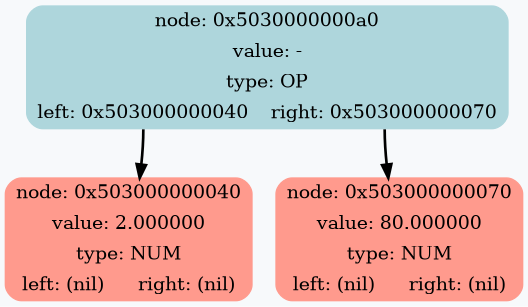
Earlier version of the Graphviz export DiffDump.png (RTCupid/Differentiator). Its source is kept beside it as DiffDump.dot.
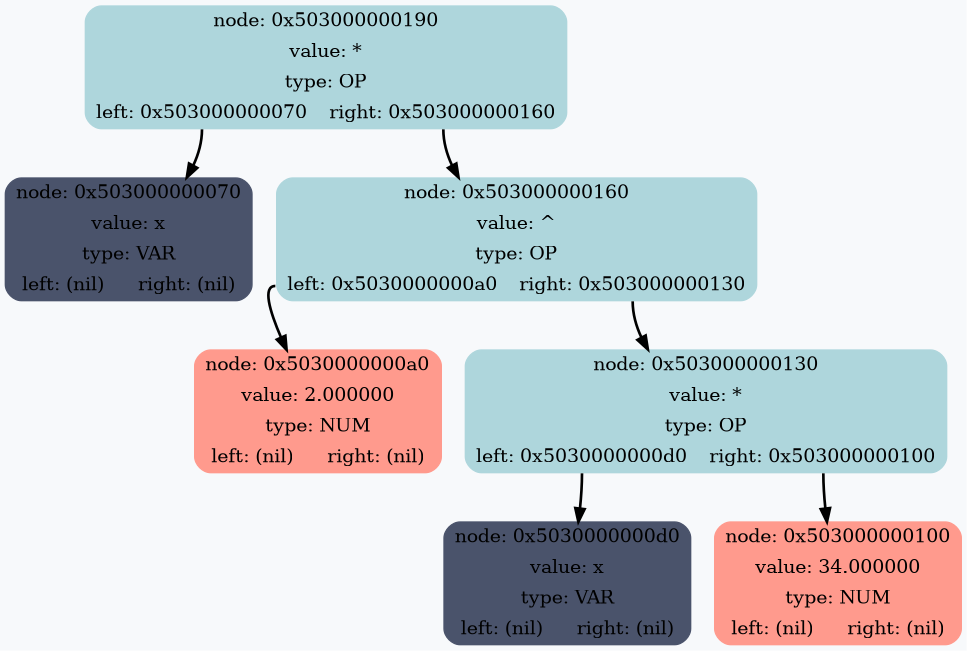
The same diagram one commit later.

What changed in the source:
```diff
@@ -1,9 +1,17 @@
 digraph G {
 	rankdir = HR;
 	bgcolor="#F7F9FB"
-	 node0x5030000000a0 [shape=Mrecord; style=filled; color="#aed6dc"; label =  "{node: 0x5030000000a0 | value: - | type: OP | {<left>left: 0x503000000040 | <right>right: 0x503000000070}  }" ];
-	 node0x5030000000a0:<left> -> node0x503000000040 [style=bold; weight=1000; ];
-	 node0x5030000000a0:<right> -> node0x503000000070 [style=bold; weight=1000; ];
-	 node0x503000000040 [shape=Mrecord; style=filled; color="#ff9a8d"; label =  "{node: 0x503000000040 | value: 2.000000 | type: NUM | {<left>left: (nil) | <right>right: (nil)}  }" ];
-	 node0x503000000070 [shape=Mrecord; style=filled; color="#ff9a8d"; label =  "{node: 0x503000000070 | value: 80.000000 | type: NUM | {<left>left: (nil) | <right>right: (nil)}  }" ];
+	 node0x503000000190 [shape=Mrecord; style=filled; color="#aed6dc"; label =  "{node: 0x503000000190 | value: * | type: OP | {<left>left: 0x503000000070 | <right>right: 0x503000000160}  }" ];
+	 node0x503000000190:<left> -> node0x503000000070 [style=bold; weight=1000; ];
+	 node0x503000000190:<right> -> node0x503000000160 [style=bold; weight=1000; ];
+	 node0x503000000070 [shape=Mrecord; style=filled; color="#4a536b"; label =  "{node: 0x503000000070 | value: x | type: VAR | {<left>left: (nil) | <right>right: (nil)}  }" ];
+	 node0x503000000160 [shape=Mrecord; style=filled; color="#aed6dc"; label =  "{node: 0x503000000160 | value: ^ | type: OP | {<left>left: 0x5030000000a0 | <right>right: 0x503000000130}  }" ];
+	 node0x503000000160:<left> -> node0x5030000000a0 [style=bold; weight=1000; ];
+	 node0x503000000160:<right> -> node0x503000000130 [style=bold; weight=1000; ];
+	 node0x5030000000a0 [shape=Mrecord; style=filled; color="#ff9a8d"; label =  "{node: 0x5030000000a0 | value: 2.000000 | type: NUM | {<left>left: (nil) | <right>right: (nil)}  }" ];
+	 node0x503000000130 [shape=Mrecord; style=filled; color="#aed6dc"; label =  "{node: 0x503000000130 | value: * | type: OP | {<left>left: 0x5030000000d0 | <right>right: 0x503000000100}  }" ];
+	 node0x503000000130:<left> -> node0x5030000000d0 [style=bold; weight=1000; ];
+	 node0x503000000130:<right> -> node0x503000000100 [style=bold; weight=1000; ];
+	 node0x5030000000d0 [shape=Mrecord; style=filled; color="#4a536b"; label =  "{node: 0x5030000000d0 | value: x | type: VAR | {<left>left: (nil) | <right>right: (nil)}  }" ];
+	 node0x503000000100 [shape=Mrecord; style=filled; color="#ff9a8d"; label =  "{node: 0x503000000100 | value: 34.000000 | type: NUM | {<left>left: (nil) | <right>right: (nil)}  }" ];
 }
```
